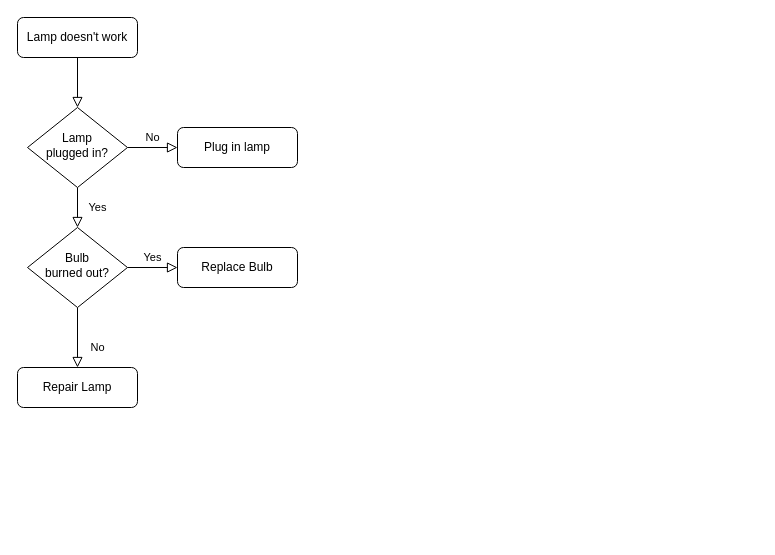
Earlier version of the draw.io diagram 未命名绘图.drawio (winsoar/drawio). Source tidied: cells renumbered, new cells numbered last; positions are measured from the earlier drawing's top-left corner, leaving out a move shared by most shapes. Both pictures are drawn from the tidied source at 100%, with x=0, y=0 at pixel (17, 17).
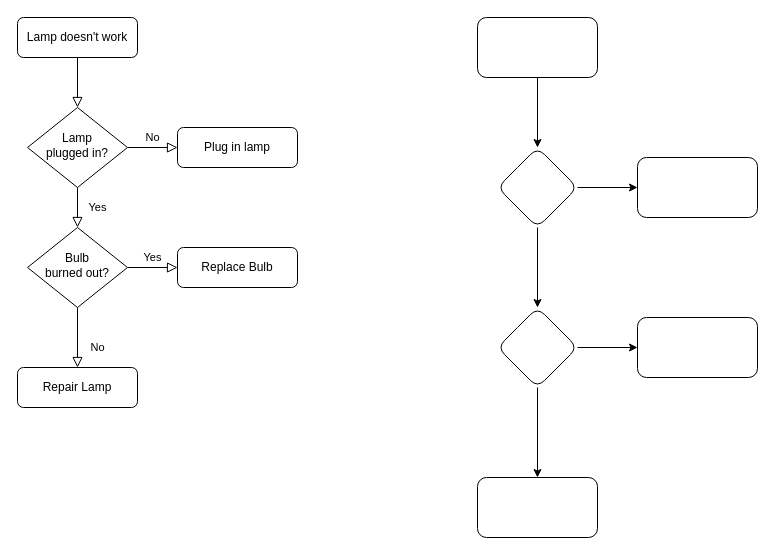
The same diagram, later.

Commit message:
更新未命名绘图.drawio

Diff of the diagram source:
```diff
@@
+    <mxCell id="13" style="edgeStyle=orthogonalEdgeStyle;rounded=0;jettySize=auto;html=1;" parent="1" edge="1" source="14" target="17">
+      <mxGeometry relative="1" as="geometry" />
+    </mxCell>
+    <mxCell id="14" style="rounded=1;whiteSpace=wrap;html=1;" parent="1" vertex="1">
+      <mxGeometry x="460" width="120" height="60" as="geometry" />
+    </mxCell>
+    <mxCell id="15" style="edgeStyle=orthogonalEdgeStyle;rounded=0;jettySize=auto;html=1;" parent="1" edge="1" source="17" target="20">
+      <mxGeometry relative="1" as="geometry" />
+    </mxCell>
+    <mxCell id="16" style="edgeStyle=orthogonalEdgeStyle;rounded=0;jettySize=auto;html=1;" parent="1" edge="1" source="17" target="22">
+      <mxGeometry relative="1" as="geometry" />
+    </mxCell>
+    <mxCell id="17" style="rhombus;whiteSpace=wrap;html=1;rounded=1;" parent="1" vertex="1">
+      <mxGeometry x="480" y="130" width="80" height="80" as="geometry" />
+    </mxCell>
+    <mxCell id="18" style="edgeStyle=orthogonalEdgeStyle;rounded=0;jettySize=auto;html=1;" parent="1" edge="1" source="20" target="21">
+      <mxGeometry relative="1" as="geometry" />
+    </mxCell>
+    <mxCell id="19" style="edgeStyle=orthogonalEdgeStyle;rounded=0;jettySize=auto;html=1;" parent="1" edge="1" source="20" target="23">
+      <mxGeometry relative="1" as="geometry" />
+    </mxCell>
+    <mxCell id="20" style="rhombus;whiteSpace=wrap;html=1;rounded=1;" parent="1" vertex="1">
+      <mxGeometry x="480" y="290" width="80" height="80" as="geometry" />
+    </mxCell>
+    <mxCell id="21" style="whiteSpace=wrap;html=1;rounded=1;" parent="1" vertex="1">
+      <mxGeometry x="460" y="460" width="120" height="60" as="geometry" />
+    </mxCell>
+    <mxCell id="22" style="whiteSpace=wrap;html=1;rounded=1;" parent="1" vertex="1">
+      <mxGeometry x="620" y="140" width="120" height="60" as="geometry" />
+    </mxCell>
+    <mxCell id="23" style="whiteSpace=wrap;html=1;rounded=1;" parent="1" vertex="1">
+      <mxGeometry x="620" y="300" width="120" height="60" as="geometry" />
+    </mxCell>
```
